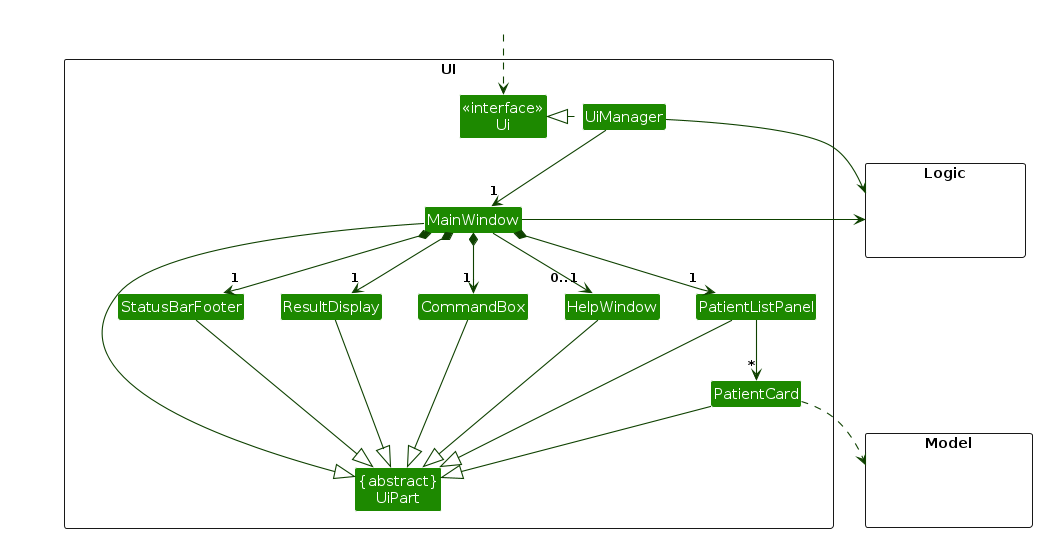
This is diagrams/UiClassDiagram.png from AY2627S1-CS2103T-W08-1/tp, a PlantUML export, as it was before one commit. Its source is kept beside it as diagrams/UiClassDiagram.puml.
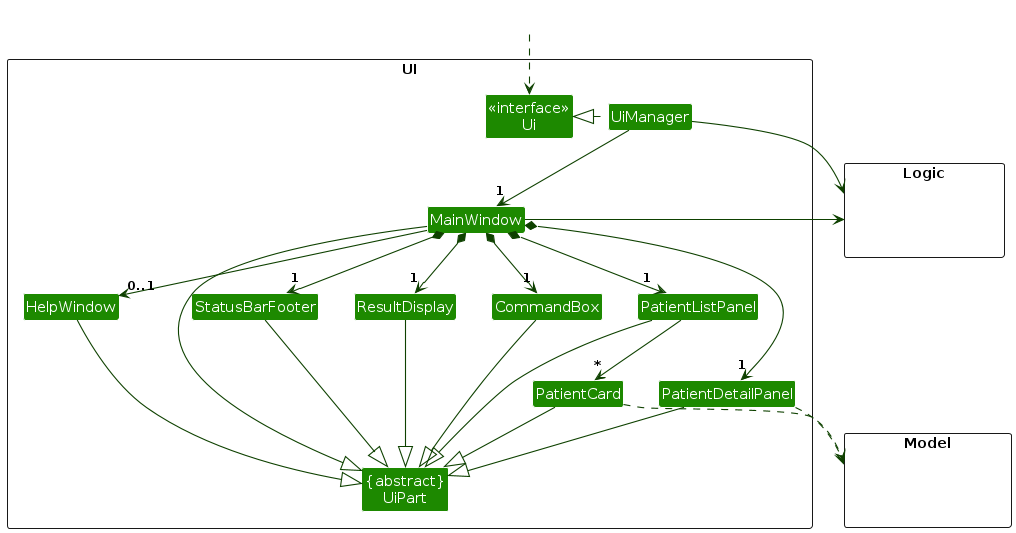
After the commit.

Change to the diagram source:
```diff
@@ -13,6 +13,7 @@
 Class ResultDisplay
 Class PatientListPanel
 Class PatientCard
+Class PatientDetailPanel
 Class StatusBarFooter
 Class CommandBox
 }
@@ -33,6 +34,7 @@
 MainWindow *-down->  "1" CommandBox
 MainWindow *-down-> "1" ResultDisplay
 MainWindow *-down-> "1" PatientListPanel
+MainWindow *-down-> "1" PatientDetailPanel
 MainWindow *-down-> "1" StatusBarFooter
 MainWindow --> "0..1" HelpWindow
 
@@ -44,10 +46,12 @@
 CommandBox --|> UiPart
 PatientListPanel --|> UiPart
 PatientCard --|> UiPart
+PatientDetailPanel --|> UiPart
 StatusBarFooter --|> UiPart
 HelpWindow --|> UiPart
 
 PatientCard ..> Model
+PatientDetailPanel ..> Model
 UiManager -right-> Logic
 MainWindow -left-> Logic
 
```
